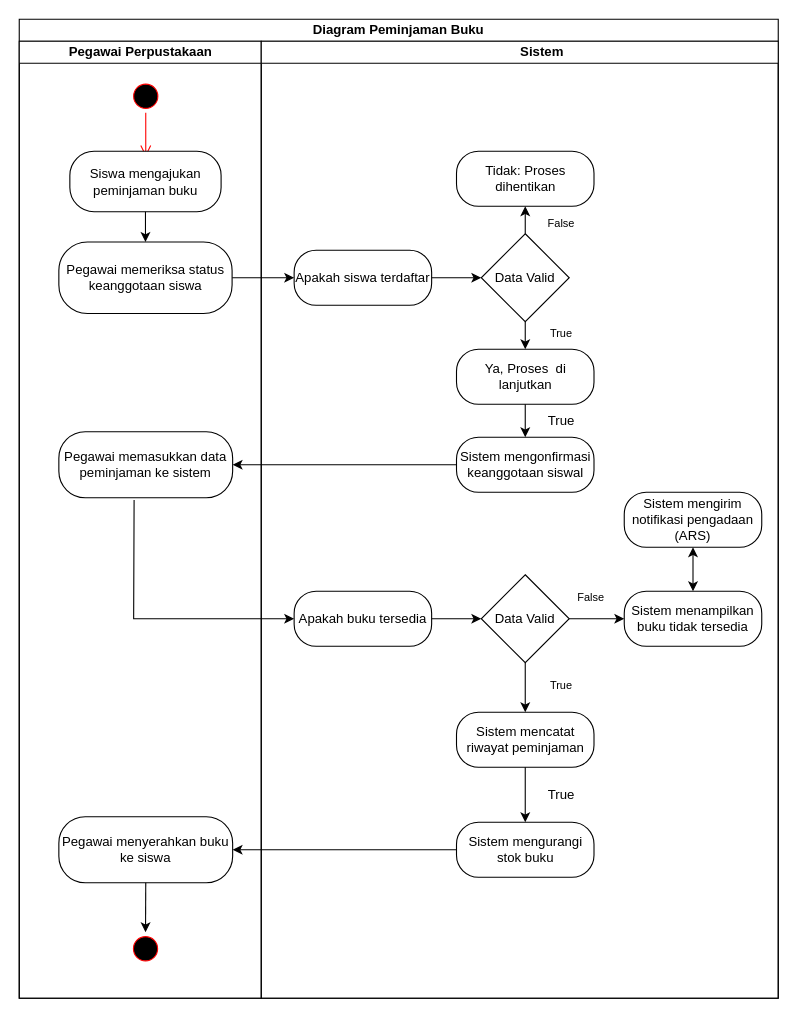
Above: page "Peminjaman Buku" (5 of 9) of Use case.drawio in DikiDrim/FileSkripsi (draw.io), before the change. Source tidied: cells renumbered, new cells numbered last; positions are measured from the earlier drawing's top-left corner, leaving out a move shared by most shapes. Both pictures are drawn from the tidied source at 110%, with x=0, y=0 at pixel (19, 19).
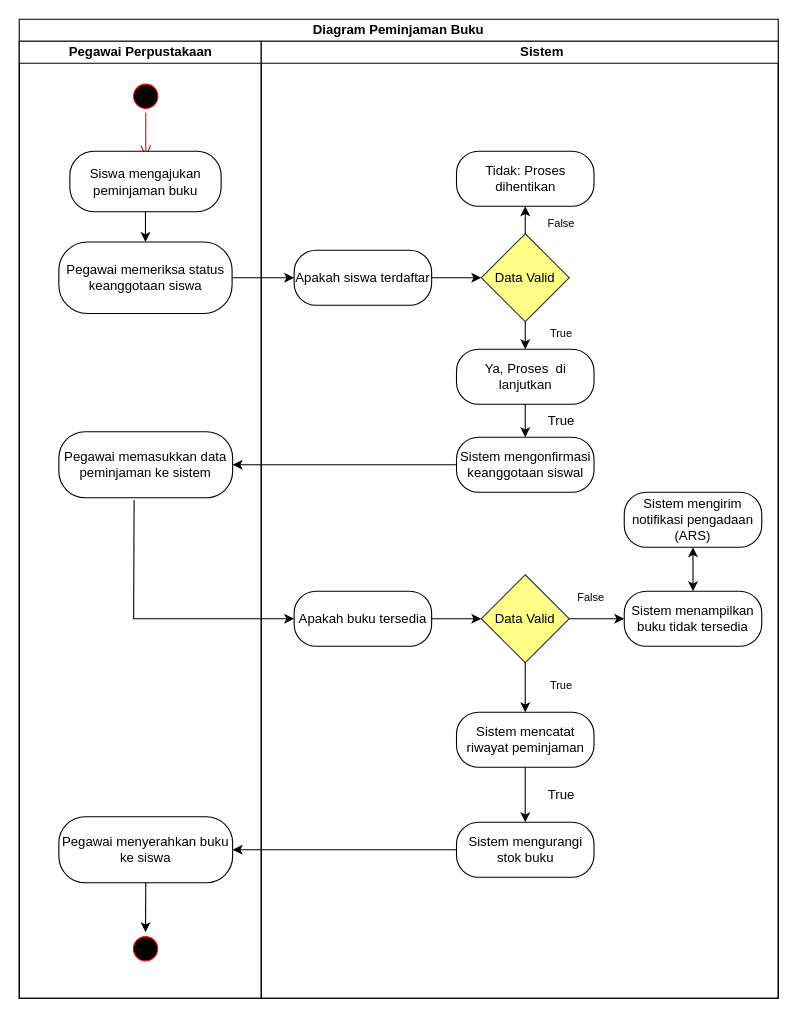
Above is the later version.

The change refers to these unchanged cells:
```xml
<mxCell id="16" value="&lt;blockquote style=&quot;margin: 0 0 0 40px; border: none; padding: 0px;&quot;&gt;Sistem&lt;/blockquote&gt;" style="swimlane;html=1;startSize=20;swimlaneLine=1;" parent="2" vertex="1">
  <mxGeometry x="220" y="20" width="470" height="870" as="geometry" />
</mxCell>
```

The edit, as a diff of the source:
```diff
@@
-    <mxCell id="20" value="Data Valid" style="rhombus;whiteSpace=wrap;html=1;" parent="16" vertex="1">
+    <mxCell id="20" value="Data Valid" style="rhombus;whiteSpace=wrap;html=1;fillColor=#ffff88;strokeColor=#36393d;" parent="16" vertex="1">
       <mxGeometry x="200" y="175" width="80" height="80" as="geometry" />
     </mxCell>
@@
-    <mxCell id="28" value="Data Valid" style="rhombus;whiteSpace=wrap;html=1;" parent="16" vertex="1">
+    <mxCell id="28" value="Data Valid" style="rhombus;whiteSpace=wrap;html=1;fillColor=#ffff88;strokeColor=#36393d;" parent="16" vertex="1">
       <mxGeometry x="200" y="485" width="80" height="80" as="geometry" />
     </mxCell>
```
